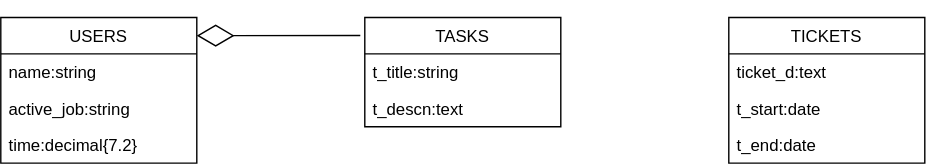
The draw.io diagram Myapp.svg in Roru-cmd/Myapp, before a commit. Source tidied: cells renumbered, new cells last; positions are measured from the earlier drawing's top-left corner, leaving out a move shared by most shapes.
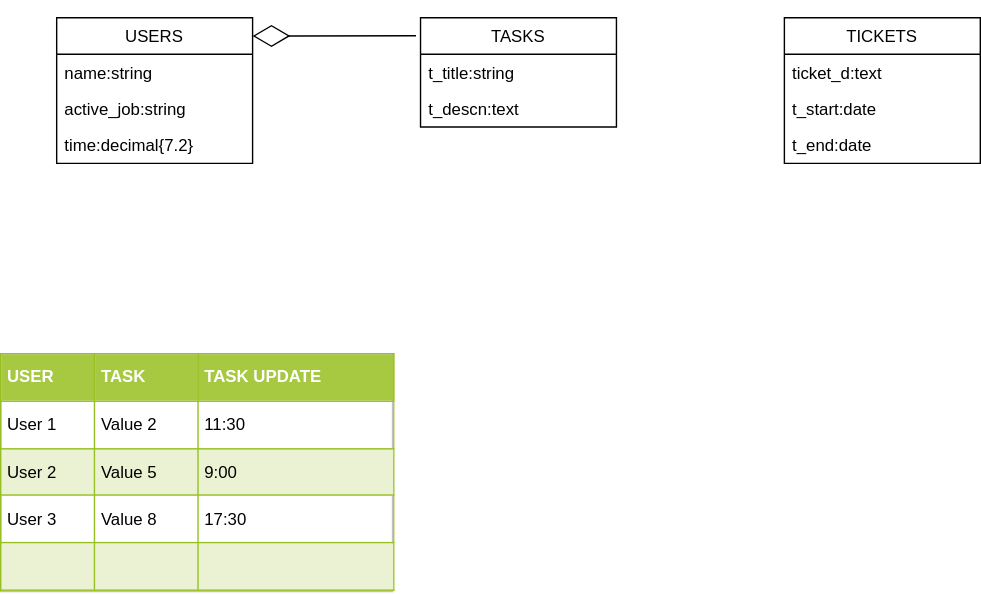
Above is the later version.

Change to the diagram source:
```diff
@@ -40,5 +40,8 @@
         <mxPoint x="140" y="13" as="targetPoint" />
       </mxGeometry>
     </mxCell>
+    <mxCell id="14" value="&lt;table border=&quot;1&quot; width=&quot;100%&quot; cellpadding=&quot;4&quot; style=&quot;width: 100% ; height: 100% ; border-collapse: collapse&quot;&gt;&lt;tbody&gt;&lt;tr style=&quot;background-color: #a7c942 ; color: #ffffff ; border: 1px solid #98bf21&quot;&gt;&lt;th align=&quot;left&quot;&gt;USER&lt;/th&gt;&lt;th align=&quot;left&quot;&gt;TASK&lt;/th&gt;&lt;th align=&quot;left&quot;&gt;TASK UPDATE&lt;/th&gt;&lt;/tr&gt;&lt;tr style=&quot;border: 1px solid #98bf21&quot;&gt;&lt;td&gt;User 1&lt;/td&gt;&lt;td&gt;Value 2&lt;/td&gt;&lt;td&gt;11:30&lt;/td&gt;&lt;/tr&gt;&lt;tr style=&quot;background-color: #eaf2d3 ; border: 1px solid #98bf21&quot;&gt;&lt;td&gt;User 2&lt;/td&gt;&lt;td&gt;Value 5&lt;/td&gt;&lt;td&gt;9:00&lt;/td&gt;&lt;/tr&gt;&lt;tr style=&quot;border: 1px solid #98bf21&quot;&gt;&lt;td&gt;User 3&lt;/td&gt;&lt;td&gt;Value 8&lt;/td&gt;&lt;td&gt;17:30&lt;/td&gt;&lt;/tr&gt;&lt;tr style=&quot;background-color: #eaf2d3 ; border: 1px solid #98bf21&quot;&gt;&lt;td&gt;&lt;br&gt;&lt;/td&gt;&lt;td&gt;&lt;/td&gt;&lt;td&gt;&lt;/td&gt;&lt;/tr&gt;&lt;/tbody&gt;&lt;/table&gt;" style="text;html=1;strokeColor=#c0c0c0;fillColor=#ffffff;overflow=fill;rounded=0;" parent="1" vertex="1">
+      <mxGeometry x="-40" y="240" width="280" height="170" as="geometry" />
+    </mxCell>
   </root>
 </mxGraphModel>
```
